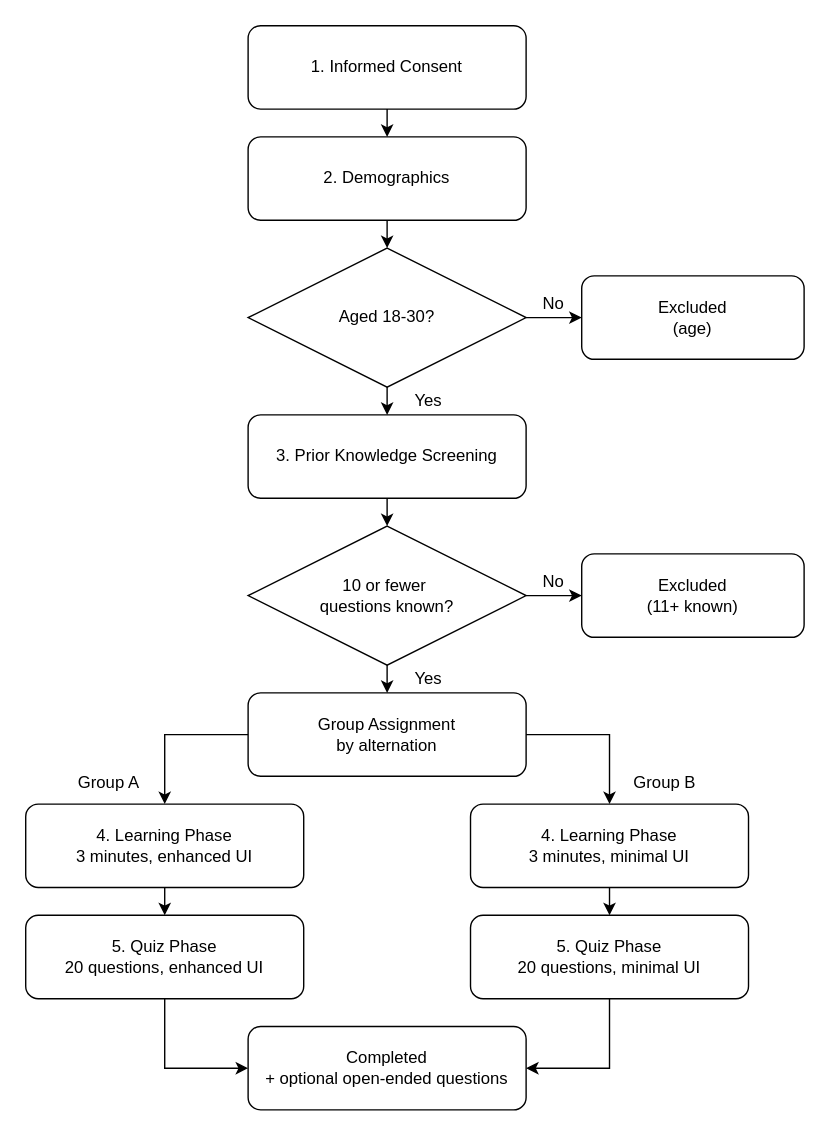
Matasem-h/SimpleFlowcharts keeps this draw.io diagram as thesis_figure_six.drawio. Above is the earlier version. Source tidied: cells renumbered, new cells numbered last; positions are measured from the earlier drawing's top-left corner, leaving out a move shared by most shapes. Both pictures are drawn from the tidied source at 139%, with x=0, y=0 at pixel (25, 25).
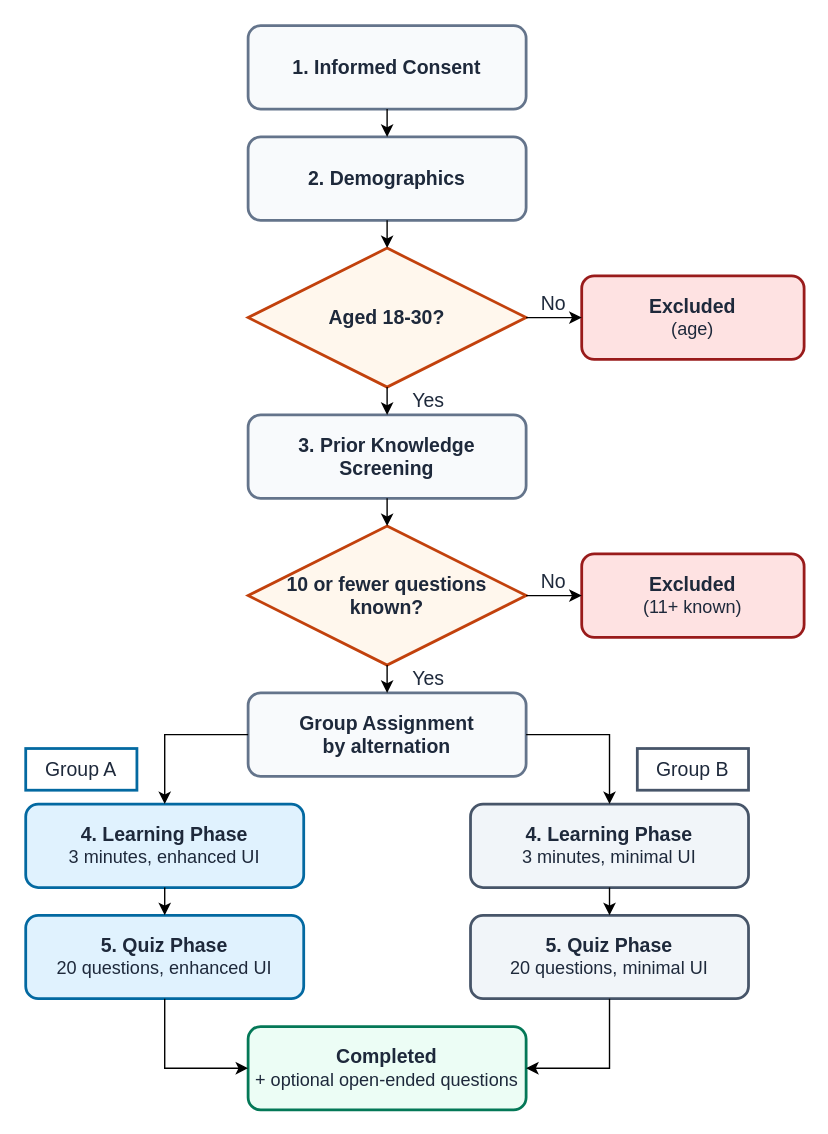
After the change.

Change to the diagram source:
```diff
@@
-    <mxCell id="2" value="1. Informed Consent" style="rounded=1;whiteSpace=wrap;html=1;roundedPerimeter=1;" parent="1" vertex="1">
+    <mxCell id="2" value="&lt;font&gt;1. Informed Consent&lt;/font&gt;" style="rounded=1;whiteSpace=wrap;html=1;roundedPerimeter=1;fillColor=#F8FAFC;strokeColor=#64748B;strokeWidth=2;fontSize=14;fontStyle=1;fontColor=#1E293B;" parent="1" vertex="1">
       <mxGeometry x="160" width="200" height="60" as="geometry" />
     </mxCell>
-    <mxCell id="3" value="2. Demographics" style="rounded=1;whiteSpace=wrap;html=1;roundedPerimeter=1;" parent="1" vertex="1">
+    <mxCell id="3" value="&lt;font&gt;2. Demographics&lt;/font&gt;" style="rounded=1;whiteSpace=wrap;html=1;roundedPerimeter=1;fillColor=#F8FAFC;strokeColor=#64748B;strokeWidth=2;fontSize=14;fontStyle=1;fontColor=#1E293B;" parent="1" vertex="1">
       <mxGeometry x="160" y="80" width="200" height="60" as="geometry" />
     </mxCell>
-    <mxCell id="4" value="3. Prior Knowledge Screening" style="rounded=1;whiteSpace=wrap;html=1;roundedPerimeter=1;" parent="1" vertex="1">
+    <mxCell id="4" value="&lt;font&gt;3. Prior Knowledge Screening&lt;/font&gt;" style="rounded=1;whiteSpace=wrap;html=1;roundedPerimeter=1;fillColor=#F8FAFC;strokeColor=#64748B;strokeWidth=2;fontSize=14;fontStyle=1;fontColor=#1E293B;" parent="1" vertex="1">
       <mxGeometry x="160" y="280" width="200" height="60" as="geometry" />
     </mxCell>
-    <mxCell id="5" value="Aged 18-30?" style="shape=rhombus;perimeter=rhombusPerimeter;whiteSpace=wrap;html=1;align=center;" parent="1" vertex="1">
+    <mxCell id="5" value="&lt;font style=&quot;font-size: 14px;&quot;&gt;&lt;b&gt;&lt;font&gt;Aged 18-30?&lt;/font&gt;&lt;/b&gt;&lt;/font&gt;" style="shape=rhombus;perimeter=rhombusPerimeter;whiteSpace=wrap;html=1;align=center;fillColor=#FFF7ED;strokeColor=#C2410C;strokeWidth=2;fontColor=#1E293B;" parent="1" vertex="1">
       <mxGeometry x="160" y="160" width="200" height="100" as="geometry" />
     </mxCell>
-    <mxCell id="6" value="&lt;div&gt;Group Assignment&lt;/div&gt;&lt;div&gt;by alternation&lt;/div&gt;" style="rounded=1;whiteSpace=wrap;html=1;roundedPerimeter=1;" parent="1" vertex="1">
+    <mxCell id="6" value="&lt;div&gt;&lt;font&gt;Group Assignment&lt;/font&gt;&lt;/div&gt;&lt;div&gt;&lt;font&gt;by alternation&lt;/font&gt;&lt;/div&gt;" style="rounded=1;whiteSpace=wrap;html=1;roundedPerimeter=1;fillColor=#F8FAFC;strokeColor=#64748B;strokeWidth=2;fontSize=14;fontStyle=1;fontColor=#1E293B;" parent="1" vertex="1">
       <mxGeometry x="160" y="480" width="200" height="60" as="geometry" />
     </mxCell>
-    <mxCell id="7" value="&lt;div&gt;4. Learning Phase&lt;/div&gt;&lt;div&gt;3 minutes, minimal UI&lt;/div&gt;" style="rounded=1;whiteSpace=wrap;html=1;roundedPerimeter=1;" parent="1" vertex="1">
+    <mxCell id="7" value="&lt;div&gt;&lt;font style=&quot;font-size: 14px;&quot;&gt;&lt;b&gt;4. Learning Phase&lt;/b&gt;&lt;/font&gt;&lt;/div&gt;&lt;div&gt;&lt;font style=&quot;font-size: 13px;&quot;&gt;3 minutes, minimal UI&lt;/font&gt;&lt;/div&gt;" style="rounded=1;whiteSpace=wrap;html=1;roundedPerimeter=1;fillColor=#F1F5F9;strokeColor=#475569;strokeWidth=2;fontColor=#1E293B;" parent="1" vertex="1">
       <mxGeometry x="320" y="560" width="200" height="60" as="geometry" />
     </mxCell>
-    <mxCell id="8" value="&lt;div&gt;4. Learning Phase&lt;/div&gt;&lt;div&gt;3 minutes, enhanced UI&lt;/div&gt;" style="rounded=1;whiteSpace=wrap;html=1;roundedPerimeter=1;" parent="1" vertex="1">
+    <mxCell id="8" value="&lt;div&gt;&lt;font style=&quot;font-size: 14px;&quot;&gt;&lt;b&gt;4. Learning Phase&lt;/b&gt;&lt;/font&gt;&lt;/div&gt;&lt;div&gt;&lt;font style=&quot;font-size: 13px;&quot;&gt;3 minutes, enhanced UI&lt;/font&gt;&lt;/div&gt;" style="rounded=1;whiteSpace=wrap;html=1;roundedPerimeter=1;fillColor=#E0F2FE;strokeColor=#0369A1;strokeWidth=2;fontColor=#1E293B;" parent="1" vertex="1">
       <mxGeometry y="560" width="200" height="60" as="geometry" />
     </mxCell>
-    <mxCell id="9" value="&lt;div&gt;5. Quiz Phase&lt;/div&gt;&lt;div&gt;20 questions, minimal UI&lt;/div&gt;" style="rounded=1;whiteSpace=wrap;html=1;roundedPerimeter=1;" parent="1" vertex="1">
+    <mxCell id="9" value="&lt;div&gt;&lt;font style=&quot;font-size: 14px;&quot;&gt;&lt;b&gt;5. Quiz Phase&lt;/b&gt;&lt;/font&gt;&lt;/div&gt;&lt;div&gt;&lt;font style=&quot;font-size: 13px;&quot;&gt;20 questions, minimal UI&lt;/font&gt;&lt;/div&gt;" style="rounded=1;whiteSpace=wrap;html=1;roundedPerimeter=1;fillColor=#F1F5F9;strokeColor=#475569;strokeWidth=2;fontColor=#1E293B;" parent="1" vertex="1">
       <mxGeometry x="320" y="640" width="200" height="60" as="geometry" />
     </mxCell>
-    <mxCell id="10" value="&lt;div&gt;5. Quiz Phase&lt;/div&gt;&lt;div&gt;20 questions, enhanced UI&lt;/div&gt;" style="rounded=1;whiteSpace=wrap;html=1;roundedPerimeter=1;" parent="1" vertex="1">
+    <mxCell id="10" value="&lt;div&gt;&lt;font style=&quot;font-size: 14px;&quot;&gt;&lt;b&gt;&lt;font&gt;5. Quiz Phase&lt;/font&gt;&lt;/b&gt;&lt;/font&gt;&lt;/div&gt;&lt;div&gt;&lt;font style=&quot;font-size: 13px;&quot;&gt;20 questions, enhanced UI&lt;/font&gt;&lt;/div&gt;" style="rounded=1;whiteSpace=wrap;html=1;roundedPerimeter=1;fillColor=#E0F2FE;strokeColor=#0369A1;strokeWidth=2;fontColor=#1E293B;" parent="1" vertex="1">
       <mxGeometry y="640" width="200" height="60" as="geometry" />
     </mxCell>
-    <mxCell id="11" value="&lt;div&gt;Completed&lt;/div&gt;&lt;div&gt;+ optional open-ended questions&lt;/div&gt;" style="rounded=1;whiteSpace=wrap;html=1;roundedPerimeter=1;" parent="1" vertex="1">
+    <mxCell id="11" value="&lt;div&gt;&lt;font style=&quot;font-size: 14px;&quot;&gt;&lt;b&gt;&lt;font&gt;Completed&lt;/font&gt;&lt;/b&gt;&lt;/font&gt;&lt;/div&gt;&lt;div&gt;&lt;font style=&quot;font-size: 13px;&quot;&gt;+ optional open-ended questions&lt;/font&gt;&lt;/div&gt;" style="rounded=1;whiteSpace=wrap;html=1;roundedPerimeter=1;fillColor=#ECFDF5;strokeColor=#047857;strokeWidth=2;fontColor=#1E293B;" parent="1" vertex="1">
       <mxGeometry x="160" y="720" width="200" height="60" as="geometry" />
     </mxCell>
-    <mxCell id="12" value="&lt;div&gt;10 or fewer&amp;nbsp;&lt;/div&gt;&lt;div&gt;questions known?&lt;/div&gt;" style="shape=rhombus;perimeter=rhombusPerimeter;whiteSpace=wrap;html=1;align=center;" parent="1" vertex="1">
+    <mxCell id="12" value="&lt;div&gt;&lt;font style=&quot;font-size: 14px;&quot;&gt;&lt;b&gt;10 or fewer questions known?&lt;/b&gt;&lt;/font&gt;&lt;/div&gt;" style="shape=rhombus;perimeter=rhombusPerimeter;whiteSpace=wrap;html=1;align=center;fillColor=#FFF7ED;strokeColor=#C2410C;strokeWidth=2;fontColor=#1E293B;" parent="1" vertex="1">
       <mxGeometry x="160" y="360" width="200" height="100" as="geometry" />
     </mxCell>
-    <mxCell id="13" value="&lt;div&gt;Excluded&lt;/div&gt;&lt;div&gt;(11+ known)&lt;/div&gt;" style="rounded=1;whiteSpace=wrap;html=1;roundedPerimeter=1;" parent="1" vertex="1">
+    <mxCell id="13" value="&lt;div&gt;&lt;font style=&quot;font-size: 14px;&quot;&gt;&lt;b&gt;&lt;font&gt;Excluded&lt;/font&gt;&lt;/b&gt;&lt;/font&gt;&lt;/div&gt;&lt;div&gt;&lt;font style=&quot;font-size: 13px;&quot;&gt;(11+ known)&lt;/font&gt;&lt;/div&gt;" style="rounded=1;whiteSpace=wrap;html=1;roundedPerimeter=1;fillColor=#FEE2E2;strokeColor=#991B1B;strokeWidth=2;fontColor=#1E293B;" parent="1" vertex="1">
       <mxGeometry x="400" y="380" width="160" height="60" as="geometry" />
     </mxCell>
-    <mxCell id="14" value="&lt;div&gt;Excluded&lt;/div&gt;&lt;div&gt;(age)&lt;/div&gt;" style="rounded=1;whiteSpace=wrap;html=1;roundedPerimeter=1;" parent="1" vertex="1">
+    <mxCell id="14" value="&lt;div&gt;&lt;font style=&quot;font-size: 14px;&quot;&gt;&lt;b&gt;&lt;font&gt;Excluded&lt;/font&gt;&lt;/b&gt;&lt;/font&gt;&lt;/div&gt;&lt;div&gt;&lt;font style=&quot;font-size: 13px;&quot;&gt;(age)&lt;/font&gt;&lt;/div&gt;" style="rounded=1;whiteSpace=wrap;html=1;roundedPerimeter=1;fillColor=#FEE2E2;strokeColor=#991B1B;strokeWidth=2;fontColor=#1E293B;" parent="1" vertex="1">
       <mxGeometry x="400" y="180" width="160" height="60" as="geometry" />
     </mxCell>
-    <mxCell id="15" style="endArrow=classic;html=1;rounded=0;defaultLabelBackgroundColor=page;exitX=0.5;exitY=1;exitDx=0;exitDy=0;entryX=0.5;entryY=0;entryDx=0;entryDy=0;" parent="1" edge="1" source="2" target="3">
+    <mxCell id="15" style="endArrow=classic;html=1;rounded=0;defaultLabelBackgroundColor=page;exitX=0.5;exitY=1;exitDx=0;exitDy=0;entryX=0.5;entryY=0;entryDx=0;entryDy=0;fontColor=#1E293B;" parent="1" edge="1" source="2" target="3">
       <mxGeometry relative="1" as="geometry" />
     </mxCell>
-    <mxCell id="16" style="endArrow=classic;html=1;rounded=0;defaultLabelBackgroundColor=page;exitX=0.5;exitY=1;exitDx=0;exitDy=0;entryX=0.5;entryY=0;entryDx=0;entryDy=0;" parent="1" edge="1" source="3" target="5">
+    <mxCell id="16" style="endArrow=classic;html=1;rounded=0;defaultLabelBackgroundColor=page;exitX=0.5;exitY=1;exitDx=0;exitDy=0;entryX=0.5;entryY=0;entryDx=0;entryDy=0;fontColor=#1E293B;" parent="1" edge="1" source="3" target="5">
       <mxGeometry relative="1" as="geometry" />
     </mxCell>
-    <mxCell id="17" style="endArrow=classic;html=1;rounded=0;defaultLabelBackgroundColor=page;exitX=1;exitY=0.5;exitDx=0;exitDy=0;entryX=0;entryY=0.5;entryDx=0;entryDy=0;" parent="1" edge="1" source="5" target="14">
+    <mxCell id="17" style="endArrow=classic;html=1;rounded=0;defaultLabelBackgroundColor=page;exitX=1;exitY=0.5;exitDx=0;exitDy=0;entryX=0;entryY=0.5;entryDx=0;entryDy=0;fontColor=#1E293B;" parent="1" edge="1" source="5" target="14">
       <mxGeometry relative="1" as="geometry" />
     </mxCell>
-    <mxCell id="18" style="endArrow=classic;html=1;rounded=0;defaultLabelBackgroundColor=page;exitX=1;exitY=0.5;exitDx=0;exitDy=0;entryX=0;entryY=0.5;entryDx=0;entryDy=0;" parent="1" edge="1" source="12" target="13">
+    <mxCell id="18" style="endArrow=classic;html=1;rounded=0;defaultLabelBackgroundColor=page;exitX=1;exitY=0.5;exitDx=0;exitDy=0;entryX=0;entryY=0.5;entryDx=0;entryDy=0;fontColor=#1E293B;" parent="1" edge="1" source="12" target="13">
       <mxGeometry relative="1" as="geometry" />
     </mxCell>
-    <mxCell id="19" style="endArrow=classic;html=1;rounded=0;defaultLabelBackgroundColor=page;exitX=0.5;exitY=1;exitDx=0;exitDy=0;entryX=0.5;entryY=0;entryDx=0;entryDy=0;" parent="1" edge="1" source="5" target="4">
+    <mxCell id="19" style="endArrow=classic;html=1;rounded=0;defaultLabelBackgroundColor=page;exitX=0.5;exitY=1;exitDx=0;exitDy=0;entryX=0.5;entryY=0;entryDx=0;entryDy=0;fontColor=#1E293B;" parent="1" edge="1" source="5" target="4">
       <mxGeometry relative="1" as="geometry" />
     </mxCell>
-    <mxCell id="20" style="endArrow=classic;html=1;rounded=0;defaultLabelBackgroundColor=page;exitX=0.5;exitY=1;exitDx=0;exitDy=0;entryX=0.5;entryY=0;entryDx=0;entryDy=0;" parent="1" edge="1" source="4" target="12">
+    <mxCell id="20" style="endArrow=classic;html=1;rounded=0;defaultLabelBackgroundColor=page;exitX=0.5;exitY=1;exitDx=0;exitDy=0;entryX=0.5;entryY=0;entryDx=0;entryDy=0;fontColor=#1E293B;" parent="1" edge="1" source="4" target="12">
       <mxGeometry relative="1" as="geometry" />
     </mxCell>
-    <mxCell id="21" style="endArrow=classic;html=1;rounded=0;defaultLabelBackgroundColor=page;exitX=0.5;exitY=1;exitDx=0;exitDy=0;entryX=0.5;entryY=0;entryDx=0;entryDy=0;" parent="1" edge="1" source="12" target="6">
+    <mxCell id="21" style="endArrow=classic;html=1;rounded=0;defaultLabelBackgroundColor=page;exitX=0.5;exitY=1;exitDx=0;exitDy=0;entryX=0.5;entryY=0;entryDx=0;entryDy=0;fontColor=#1E293B;" parent="1" edge="1" source="12" target="6">
       <mxGeometry relative="1" as="geometry" />
     </mxCell>
-    <mxCell id="22" style="endArrow=classic;html=1;rounded=0;defaultLabelBackgroundColor=page;exitX=1;exitY=0.5;exitDx=0;exitDy=0;entryX=0.5;entryY=0;entryDx=0;entryDy=0;" parent="1" edge="1" source="6" target="7">
+    <mxCell id="22" style="endArrow=classic;html=1;rounded=0;defaultLabelBackgroundColor=page;exitX=1;exitY=0.5;exitDx=0;exitDy=0;entryX=0.5;entryY=0;entryDx=0;entryDy=0;fontColor=#1E293B;" parent="1" edge="1" source="6" target="7">
       <mxGeometry relative="1" as="geometry">
         <Array as="points">
           <mxPoint x="420" y="510" />
         </Array>
       </mxGeometry>
     </mxCell>
-    <mxCell id="23" style="endArrow=classic;html=1;rounded=0;defaultLabelBackgroundColor=page;exitX=0;exitY=0.5;exitDx=0;exitDy=0;entryX=0.5;entryY=0;entryDx=0;entryDy=0;" parent="1" edge="1" source="6" target="8">
+    <mxCell id="23" style="endArrow=classic;html=1;rounded=0;defaultLabelBackgroundColor=page;exitX=0;exitY=0.5;exitDx=0;exitDy=0;entryX=0.5;entryY=0;entryDx=0;entryDy=0;fontColor=#1E293B;" parent="1" edge="1" source="6" target="8">
       <mxGeometry x="0.3" relative="1" as="geometry">
         <Array as="points">
           <mxPoint x="100" y="510" />
         </Array>
       </mxGeometry>
     </mxCell>
-    <mxCell id="24" style="endArrow=classic;html=1;rounded=0;defaultLabelBackgroundColor=page;exitX=0.5;exitY=1;exitDx=0;exitDy=0;entryX=0.5;entryY=0;entryDx=0;entryDy=0;" parent="1" edge="1" source="7" target="9">
+    <mxCell id="24" style="endArrow=classic;html=1;rounded=0;defaultLabelBackgroundColor=page;exitX=0.5;exitY=1;exitDx=0;exitDy=0;entryX=0.5;entryY=0;entryDx=0;entryDy=0;fontColor=#1E293B;" parent="1" edge="1" source="7" target="9">
       <mxGeometry relative="1" as="geometry" />
     </mxCell>
-    <mxCell id="25" style="endArrow=classic;html=1;rounded=0;defaultLabelBackgroundColor=page;exitX=0.5;exitY=1;exitDx=0;exitDy=0;entryX=0.5;entryY=0;entryDx=0;entryDy=0;" parent="1" edge="1" source="8" target="10">
+    <mxCell id="25" style="endArrow=classic;html=1;rounded=0;defaultLabelBackgroundColor=page;exitX=0.5;exitY=1;exitDx=0;exitDy=0;entryX=0.5;entryY=0;entryDx=0;entryDy=0;fontColor=#1E293B;" parent="1" edge="1" source="8" target="10">
       <mxGeometry relative="1" as="geometry" />
     </mxCell>
-    <mxCell id="26" style="endArrow=classic;html=1;rounded=0;defaultLabelBackgroundColor=page;exitX=0.5;exitY=1;exitDx=0;exitDy=0;entryX=1;entryY=0.5;entryDx=0;entryDy=0;" parent="1" edge="1" source="9" target="11">
+    <mxCell id="26" style="endArrow=classic;html=1;rounded=0;defaultLabelBackgroundColor=page;exitX=0.5;exitY=1;exitDx=0;exitDy=0;entryX=1;entryY=0.5;entryDx=0;entryDy=0;fontColor=#1E293B;" parent="1" edge="1" source="9" target="11">
       <mxGeometry relative="1" as="geometry">
         <Array as="points">
           <mxPoint x="420" y="750" />
         </Array>
       </mxGeometry>
     </mxCell>
-    <mxCell id="27" style="endArrow=classic;html=1;rounded=0;defaultLabelBackgroundColor=page;exitX=0.5;exitY=1;exitDx=0;exitDy=0;entryX=0;entryY=0.5;entryDx=0;entryDy=0;" parent="1" edge="1" source="10" target="11">
+    <mxCell id="27" style="endArrow=classic;html=1;rounded=0;defaultLabelBackgroundColor=page;exitX=0.5;exitY=1;exitDx=0;exitDy=0;entryX=0;entryY=0.5;entryDx=0;entryDy=0;fontColor=#1E293B;" parent="1" edge="1" source="10" target="11">
       <mxGeometry relative="1" as="geometry">
         <Array as="points">
           <mxPoint x="100" y="750" />
         </Array>
       </mxGeometry>
     </mxCell>
-    <mxCell id="28" value="Group B" style="text;html=1;whiteSpace=wrap;strokeColor=none;fillColor=none;align=center;verticalAlign=middle;rounded=0;" parent="1" vertex="1">
-      <mxGeometry x="420" y="530" width="80" height="30" as="geometry" />
+    <mxCell id="28" value="&lt;font style=&quot;font-size: 14px;&quot;&gt;Group B&lt;/font&gt;" style="text;html=1;whiteSpace=wrap;strokeColor=#475569;fillColor=none;align=center;verticalAlign=middle;rounded=0;fontColor=#1E293B;fontStyle=0;strokeWidth=2;" parent="1" vertex="1">
+      <mxGeometry x="440" y="520" width="80" height="30" as="geometry" />
     </mxCell>
-    <mxCell id="29" value="Group A" style="text;html=1;whiteSpace=wrap;strokeColor=none;fillColor=none;align=center;verticalAlign=middle;rounded=0;" parent="1" vertex="1">
-      <mxGeometry x="20" y="530" width="80" height="30" as="geometry" />
+    <mxCell id="29" value="&lt;font style=&quot;font-size: 14px;&quot;&gt;Group A&lt;/font&gt;" style="text;html=1;whiteSpace=wrap;strokeColor=#0369A1;fillColor=none;align=center;verticalAlign=middle;rounded=0;fontColor=#1E293B;fontStyle=0;strokeWidth=2;" parent="1" vertex="1">
+      <mxGeometry y="520" width="80" height="30" as="geometry" />
     </mxCell>
-    <mxCell id="30" value="Yes" style="text;html=1;whiteSpace=wrap;strokeColor=none;fillColor=none;align=center;verticalAlign=middle;rounded=0;" parent="1" vertex="1">
+    <mxCell id="30" value="&lt;font style=&quot;font-size: 14px;&quot;&gt;Yes&lt;/font&gt;" style="text;html=1;whiteSpace=wrap;strokeColor=none;fillColor=none;align=center;verticalAlign=middle;rounded=0;fontColor=#1E293B;fontStyle=0;" parent="1" vertex="1">
       <mxGeometry x="260" y="460" width="60" height="20" as="geometry" />
     </mxCell>
-    <mxCell id="31" value="Yes" style="text;html=1;whiteSpace=wrap;strokeColor=none;fillColor=none;align=center;verticalAlign=middle;rounded=0;" parent="1" vertex="1">
+    <mxCell id="31" value="&lt;font style=&quot;font-size: 14px;&quot;&gt;Yes&lt;/font&gt;" style="text;html=1;whiteSpace=wrap;strokeColor=none;fillColor=none;align=center;verticalAlign=middle;rounded=0;fontColor=#1E293B;fontStyle=0;" parent="1" vertex="1">
       <mxGeometry x="260" y="260" width="60" height="20" as="geometry" />
     </mxCell>
-    <mxCell id="32" value="No" style="text;html=1;whiteSpace=wrap;strokeColor=none;fillColor=none;align=center;verticalAlign=middle;rounded=0;" parent="1" vertex="1">
+    <mxCell id="32" value="&lt;font style=&quot;font-size: 14px;&quot;&gt;No&lt;/font&gt;" style="text;html=1;whiteSpace=wrap;strokeColor=none;fillColor=none;align=center;verticalAlign=middle;rounded=0;fontColor=#1E293B;fontStyle=0;" parent="1" vertex="1">
       <mxGeometry x="360" y="190" width="40" height="20" as="geometry" />
     </mxCell>
-    <mxCell id="33" value="No" style="text;html=1;whiteSpace=wrap;strokeColor=none;fillColor=none;align=center;verticalAlign=middle;rounded=0;" parent="1" vertex="1">
+    <mxCell id="33" value="&lt;font style=&quot;font-size: 14px;&quot;&gt;No&lt;/font&gt;" style="text;html=1;whiteSpace=wrap;strokeColor=none;fillColor=none;align=center;verticalAlign=middle;rounded=0;fontColor=#1E293B;fontStyle=0;" parent="1" vertex="1">
       <mxGeometry x="360" y="390" width="40" height="20" as="geometry" />
     </mxCell>
```
